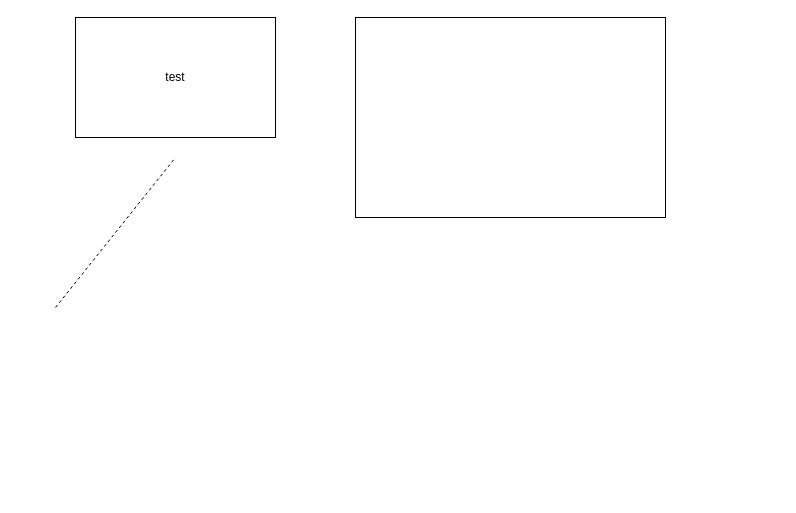
Before: images/未命名绘图.drawio in Yaozongbin0828/wechat-moments-pic-3x3-grid, a draw.io diagram. Source tidied: cells renumbered, new cells numbered last; positions are measured from the earlier drawing's top-left corner, leaving out a move shared by most shapes. Both pictures are drawn from the tidied source at 100%, with x=0, y=0 at pixel (55, 17).
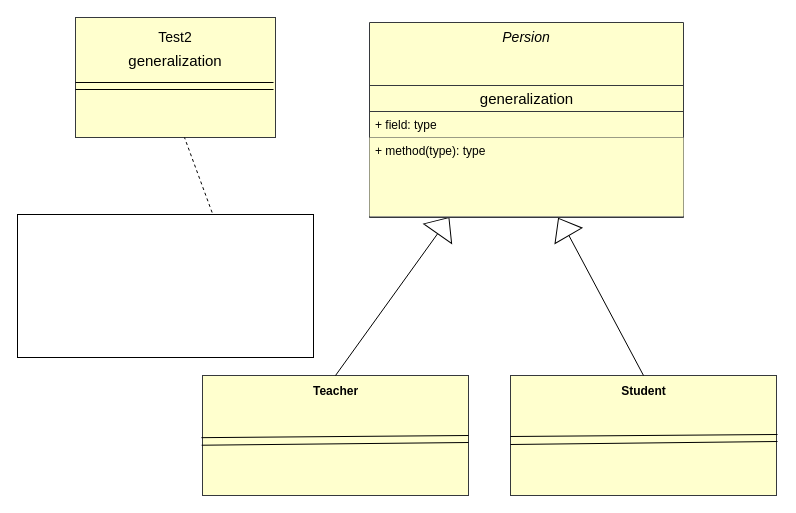
The same page after the edit.

Commit message:
更新未命名绘图.drawio

What changed in the source:
```diff
@@
-    <mxCell id="2" value="test" style="rounded=0;whiteSpace=wrap;html=1;" parent="1" vertex="1">
+    <mxCell id="2" style="rounded=0;whiteSpace=wrap;html=1;fillColor=#ffffce;strokeColor=#36393d;" parent="1" vertex="1">
       <mxGeometry x="20" width="200" height="120" as="geometry" />
     </mxCell>
-    <mxCell id="3" style="rounded=0;whiteSpace=wrap;html=1;" parent="1" vertex="1">
-      <mxGeometry x="300" width="310" height="200" as="geometry" />
-    </mxCell>
-    <mxCell id="4" style="endArrow=none;dashed=1;html=1;rounded=0;" parent="1" edge="1">
+    <mxCell id="4" style="endArrow=none;dashed=1;html=1;rounded=0;entryX=0.422;entryY=0.983;entryDx=0;entryDy=0;entryPerimeter=0;" parent="1" edge="1">
       <mxGeometry relative="1" as="geometry">
-        <mxPoint y="290" as="sourcePoint" />
-        <mxPoint x="120" y="140" as="targetPoint" />
+        <mxPoint x="156.6" y="195" as="sourcePoint" />
+        <mxPoint x="129" y="120" as="targetPoint" />
       </mxGeometry>
     </mxCell>
+    <mxCell id="5" value="&lt;font style=&quot;font-size: 14px;&quot;&gt;Test2&lt;/font&gt;" style="text;html=1;align=center;verticalAlign=middle;whiteSpace=wrap;rounded=0;" parent="1" vertex="1">
+      <mxGeometry x="90" y="5" width="60" height="30" as="geometry" />
+    </mxCell>
+    <mxCell id="6" value="&lt;font style=&quot;font-size: 15px;&quot;&gt;generalization&lt;/font&gt;" style="text;html=1;align=center;verticalAlign=middle;whiteSpace=wrap;rounded=0;" parent="1" vertex="1">
+      <mxGeometry x="90" y="28" width="60" height="30" as="geometry" />
+    </mxCell>
+    <mxCell id="7" value="&lt;div&gt;&lt;br/&gt;&lt;/div&gt;" style="text;html=1;align=center;verticalAlign=middle;whiteSpace=wrap;rounded=0;" parent="1" vertex="1">
+      <mxGeometry x="425" y="30" width="60" height="30" as="geometry" />
+    </mxCell>
+    <mxCell id="8" style="endArrow=none;html=1;rounded=0;" parent="1" edge="1">
+      <mxGeometry relative="1" as="geometry">
+        <mxPoint x="20" y="65" as="sourcePoint" />
+        <mxPoint x="218" y="65" as="targetPoint" />
+      </mxGeometry>
+    </mxCell>
+    <mxCell id="9" style="endArrow=none;html=1;rounded=0;" parent="1" edge="1">
+      <mxGeometry relative="1" as="geometry">
+        <mxPoint x="20" y="72" as="sourcePoint" />
+        <mxPoint x="218" y="72" as="targetPoint" />
+      </mxGeometry>
+    </mxCell>
+    <mxCell id="10" style="rounded=0;whiteSpace=wrap;html=1;fillColor=#ffffce;strokeColor=#36393d;" parent="1" vertex="1">
+      <mxGeometry x="147" y="358" width="266" height="120" as="geometry" />
+    </mxCell>
+    <mxCell id="11" style="rounded=0;whiteSpace=wrap;html=1;fillColor=#ffffce;strokeColor=#36393d;" parent="1" vertex="1">
+      <mxGeometry x="455" y="358" width="266" height="120" as="geometry" />
+    </mxCell>
+    <mxCell id="12" style="endArrow=none;html=1;rounded=0;exitX=0.5;exitY=0;exitDx=0;exitDy=0;entryX=0;entryY=0.5;entryDx=0;entryDy=0;" parent="1" edge="1" source="10" target="14">
+      <mxGeometry relative="1" as="geometry" />
+    </mxCell>
+    <mxCell id="13" style="endArrow=none;html=1;rounded=0;entryX=0.5;entryY=0;entryDx=0;entryDy=0;exitX=0.118;exitY=0.517;exitDx=0;exitDy=0;exitPerimeter=0;" parent="1" edge="1" source="15" target="11">
+      <mxGeometry relative="1" as="geometry" />
+    </mxCell>
+    <mxCell id="14" style="triangle;whiteSpace=wrap;html=1;rotation=-55;" parent="1" vertex="1">
+      <mxGeometry x="378" y="191.1" width="19.6" height="34" as="geometry" />
+    </mxCell>
+    <mxCell id="15" style="triangle;whiteSpace=wrap;html=1;rotation=-120;" parent="1" vertex="1">
+      <mxGeometry x="498" y="194" width="20" height="31.1" as="geometry" />
+    </mxCell>
+    <mxCell id="16" style="endArrow=none;html=1;rounded=0;entryX=1;entryY=0.5;entryDx=0;entryDy=0;exitX=-0.004;exitY=0.518;exitDx=0;exitDy=0;exitPerimeter=0;" parent="1" edge="1" source="10" target="10">
+      <mxGeometry relative="1" as="geometry" />
+    </mxCell>
+    <mxCell id="17" style="endArrow=none;html=1;rounded=0;entryX=1;entryY=0.5;entryDx=0;entryDy=0;exitX=-0.003;exitY=0.581;exitDx=0;exitDy=0;exitPerimeter=0;" parent="1" edge="1" source="10">
+      <mxGeometry relative="1" as="geometry">
+        <mxPoint x="413" y="425" as="targetPoint" />
+      </mxGeometry>
+    </mxCell>
+    <mxCell id="18" style="endArrow=none;html=1;rounded=0;entryX=1;entryY=0.5;entryDx=0;entryDy=0;exitX=-0.004;exitY=0.518;exitDx=0;exitDy=0;exitPerimeter=0;" parent="1" edge="1">
+      <mxGeometry relative="1" as="geometry">
+        <mxPoint x="455" y="419" as="sourcePoint" />
+        <mxPoint x="722" y="417" as="targetPoint" />
+      </mxGeometry>
+    </mxCell>
+    <mxCell id="19" style="endArrow=none;html=1;rounded=0;entryX=1;entryY=0.5;entryDx=0;entryDy=0;exitX=-0.003;exitY=0.581;exitDx=0;exitDy=0;exitPerimeter=0;" parent="1" edge="1">
+      <mxGeometry relative="1" as="geometry">
+        <mxPoint x="455" y="427" as="sourcePoint" />
+        <mxPoint x="722" y="424" as="targetPoint" />
+      </mxGeometry>
+    </mxCell>
+    <mxCell id="20" value="Teacher" style="text;align=center;fontStyle=1;verticalAlign=middle;spacingLeft=3;spacingRight=3;strokeColor=none;html=1;" parent="1" vertex="1">
+      <mxGeometry x="240" y="361" width="80" height="26" as="geometry" />
+    </mxCell>
+    <mxCell id="21" value="Student" style="text;align=center;fontStyle=1;verticalAlign=middle;spacingLeft=3;spacingRight=3;strokeColor=none;html=1;" parent="1" vertex="1">
+      <mxGeometry x="548" y="361" width="80" height="26" as="geometry" />
+    </mxCell>
+    <mxCell id="22" value="&lt;i style=&quot;font-weight: 400;&quot;&gt;&lt;font style=&quot;font-size: 14px;&quot;&gt;Persion&lt;/font&gt;&lt;/i&gt;" style="swimlane;fontStyle=1;align=center;verticalAlign=top;horizontal=1;startSize=63;whiteSpace=wrap;html=1;fillColor=#FFFFCE;strokeColor=#36393d;" parent="1" vertex="1">
+      <mxGeometry x="314" y="5" width="314" height="195" as="geometry" />
+    </mxCell>
+    <mxCell id="23" value="&lt;span style=&quot;font-size: 15px; font-weight: 400; text-wrap: wrap;&quot;&gt;generalization&lt;/span&gt;" style="text;align=center;fontStyle=1;verticalAlign=middle;spacingLeft=3;spacingRight=3;strokeColor=#36393d;html=1;fillColor=#FFFFCE;" parent="22" vertex="1">
+      <mxGeometry y="63" width="314" height="26" as="geometry" />
+    </mxCell>
+    <mxCell id="24" value="+ field: type" style="text;strokeColor=#36393d;fillColor=#FFFFCE;align=left;verticalAlign=top;spacingLeft=4;spacingRight=4;overflow=hidden;whiteSpace=wrap;html=1;" parent="22" vertex="1">
+      <mxGeometry y="89" width="314" height="26" as="geometry" />
+    </mxCell>
+    <mxCell id="25" value="+ method(type): type" style="text;strokeColor=none;fillColor=#FFFFCE;align=left;verticalAlign=top;spacingLeft=4;spacingRight=4;overflow=hidden;whiteSpace=wrap;html=1;" parent="22" vertex="1">
+      <mxGeometry y="115" width="314" height="79" as="geometry" />
+    </mxCell>
+    <mxCell id="26" style="line;strokeWidth=1;fillColor=none;align=left;verticalAlign=middle;spacingTop=-1;spacingLeft=3;spacingRight=3;labelPosition=right;strokeColor=inherit;" parent="22" vertex="1">
+      <mxGeometry y="194" width="314" height="1" as="geometry" />
+    </mxCell>
+    <mxCell id="27" style="rounded=0;whiteSpace=wrap;html=1;" parent="1" vertex="1">
+      <mxGeometry x="-38" y="197" width="296" height="143" as="geometry" />
+    </mxCell>
```
